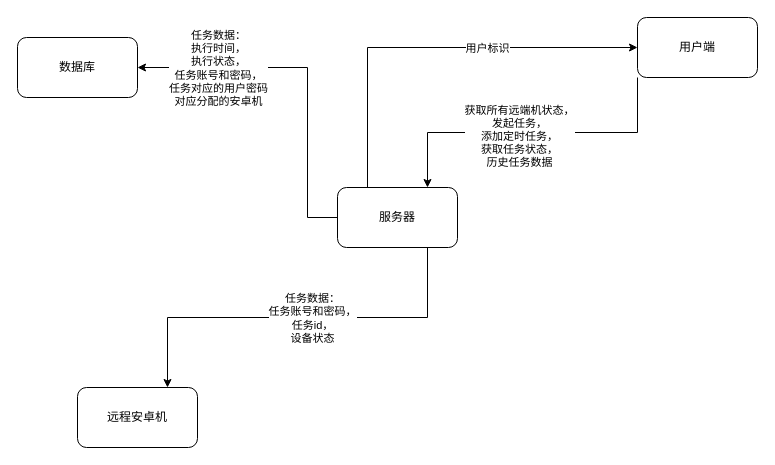
This is doc/citan.drawio from nathonNot/game_robot_scheduler, a draw.io file, before an edit. Source tidied: cells renumbered, new cells numbered last; positions are measured from the earlier drawing's top-left corner, leaving out a move shared by most shapes. Both pictures are drawn from the tidied source at 100%, with x=0, y=0 at pixel (17, 17).
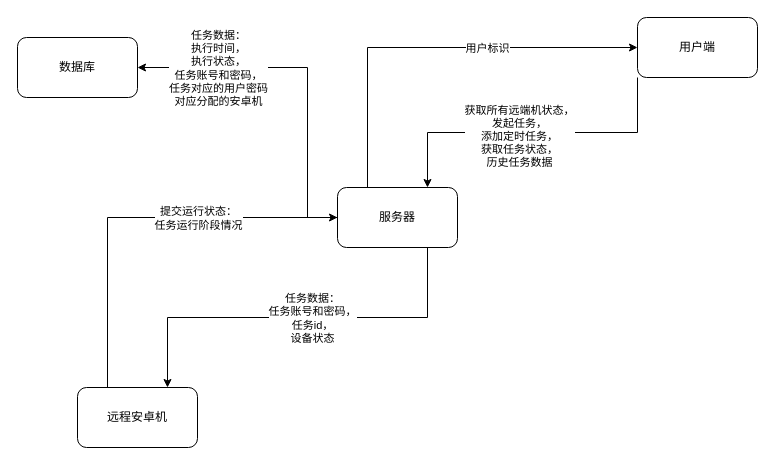
The same page after the edit.

Diff of the diagram source:
```diff
@@
 <mxGraphModel>
   <root>
     <mxCell id="0" />
     <mxCell id="1" parent="0" />
     <mxCell id="2" style="edgeStyle=orthogonalEdgeStyle;rounded=0;jettySize=auto;html=1;entryX=1;entryY=0.5;entryDx=0;entryDy=0;" parent="1" edge="1" source="8" target="13">
       <mxGeometry relative="1" as="geometry">
         <Array as="points">
           <mxPoint x="290" y="200" />
           <mxPoint x="290" y="50" />
         </Array>
       </mxGeometry>
     </mxCell>
     <mxCell id="3" value="任务数据：&lt;br&gt;执行时间，&lt;br&gt;执行状态，&lt;br&gt;任务账号和密码，&lt;br&gt;任务对应的用户密码&lt;br&gt;对应分配的安卓机" style="edgeLabel;html=1;align=center;verticalAlign=middle;" parent="2" vertex="1">
       <mxGeometry x="0.65" y="2" relative="1" as="geometry">
         <mxPoint x="19" y="-2" as="offset" />
       </mxGeometry>
     </mxCell>
     <mxCell id="4" style="edgeStyle=orthogonalEdgeStyle;rounded=0;jettySize=auto;html=1;exitX=0.25;exitY=0;exitDx=0;exitDy=0;entryX=0;entryY=0.5;entryDx=0;entryDy=0;" parent="1" edge="1" source="8" target="12">
       <mxGeometry relative="1" as="geometry" />
     </mxCell>
     <mxCell id="5" value="用户标识" style="edgeLabel;html=1;align=center;verticalAlign=middle;" parent="4" vertex="1">
       <mxGeometry x="0.43" y="2" relative="1" as="geometry">
         <mxPoint x="-34" y="2" as="offset" />
       </mxGeometry>
     </mxCell>
     <mxCell id="6" style="edgeStyle=orthogonalEdgeStyle;rounded=0;jettySize=auto;html=1;exitX=0.75;exitY=1;exitDx=0;exitDy=0;entryX=0.75;entryY=0;entryDx=0;entryDy=0;" parent="1" edge="1" source="8" target="9">
       <mxGeometry relative="1" as="geometry" />
     </mxCell>
     <mxCell id="7" value="任务数据：&lt;br&gt;任务账号和密码，&lt;br&gt;任务id，&lt;br&gt;设备状态" style="edgeLabel;html=1;align=center;verticalAlign=middle;" parent="6" vertex="1">
       <mxGeometry x="-0.07" relative="1" as="geometry" />
     </mxCell>
     <mxCell id="8" value="服务器" style="rounded=1;whiteSpace=wrap;html=1;" parent="1" vertex="1">
       <mxGeometry x="320" y="170" width="120" height="60" as="geometry" />
     </mxCell>
+    <mxCell id="14" style="edgeStyle=orthogonalEdgeStyle;rounded=0;jettySize=auto;html=1;exitX=0.25;exitY=0;exitDx=0;exitDy=0;entryX=0;entryY=0.5;entryDx=0;entryDy=0;" parent="1" edge="1" source="9" target="8">
+      <mxGeometry relative="1" as="geometry" />
+    </mxCell>
+    <mxCell id="15" value="提交运行状态：&lt;br&gt;任务运行阶段情况" style="edgeLabel;html=1;align=center;verticalAlign=middle;" parent="14" vertex="1">
+      <mxGeometry x="-0.03" y="-1" relative="1" as="geometry">
+        <mxPoint x="66" y="-1" as="offset" />
+      </mxGeometry>
+    </mxCell>
     <mxCell id="9" value="远程安卓机" style="rounded=1;whiteSpace=wrap;html=1;" parent="1" vertex="1">
       <mxGeometry x="60" y="370" width="120" height="60" as="geometry" />
     </mxCell>
     <mxCell id="10" style="edgeStyle=orthogonalEdgeStyle;rounded=0;jettySize=auto;html=1;exitX=0;exitY=1;exitDx=0;exitDy=0;entryX=0.75;entryY=0;entryDx=0;entryDy=0;" parent="1" edge="1" source="12" target="8">
       <mxGeometry relative="1" as="geometry" />
     </mxCell>
     <mxCell id="11" value="获取所有远端机状态，&lt;br&gt;发起任务，&lt;br&gt;添加定时任务，&lt;br&gt;获取任务状态，&lt;br&gt;历史任务数据" style="edgeLabel;html=1;align=center;verticalAlign=middle;" parent="10" vertex="1">
       <mxGeometry x="0.09" y="3" relative="1" as="geometry" />
     </mxCell>
     <mxCell id="12" value="用户端" style="rounded=1;whiteSpace=wrap;html=1;" parent="1" vertex="1">
       <mxGeometry x="620" width="120" height="60" as="geometry" />
     </mxCell>
     <mxCell id="13" value="数据库" style="rounded=1;whiteSpace=wrap;html=1;" parent="1" vertex="1">
       <mxGeometry y="20" width="120" height="60" as="geometry" />
     </mxCell>
   </root>
 </mxGraphModel>
```
